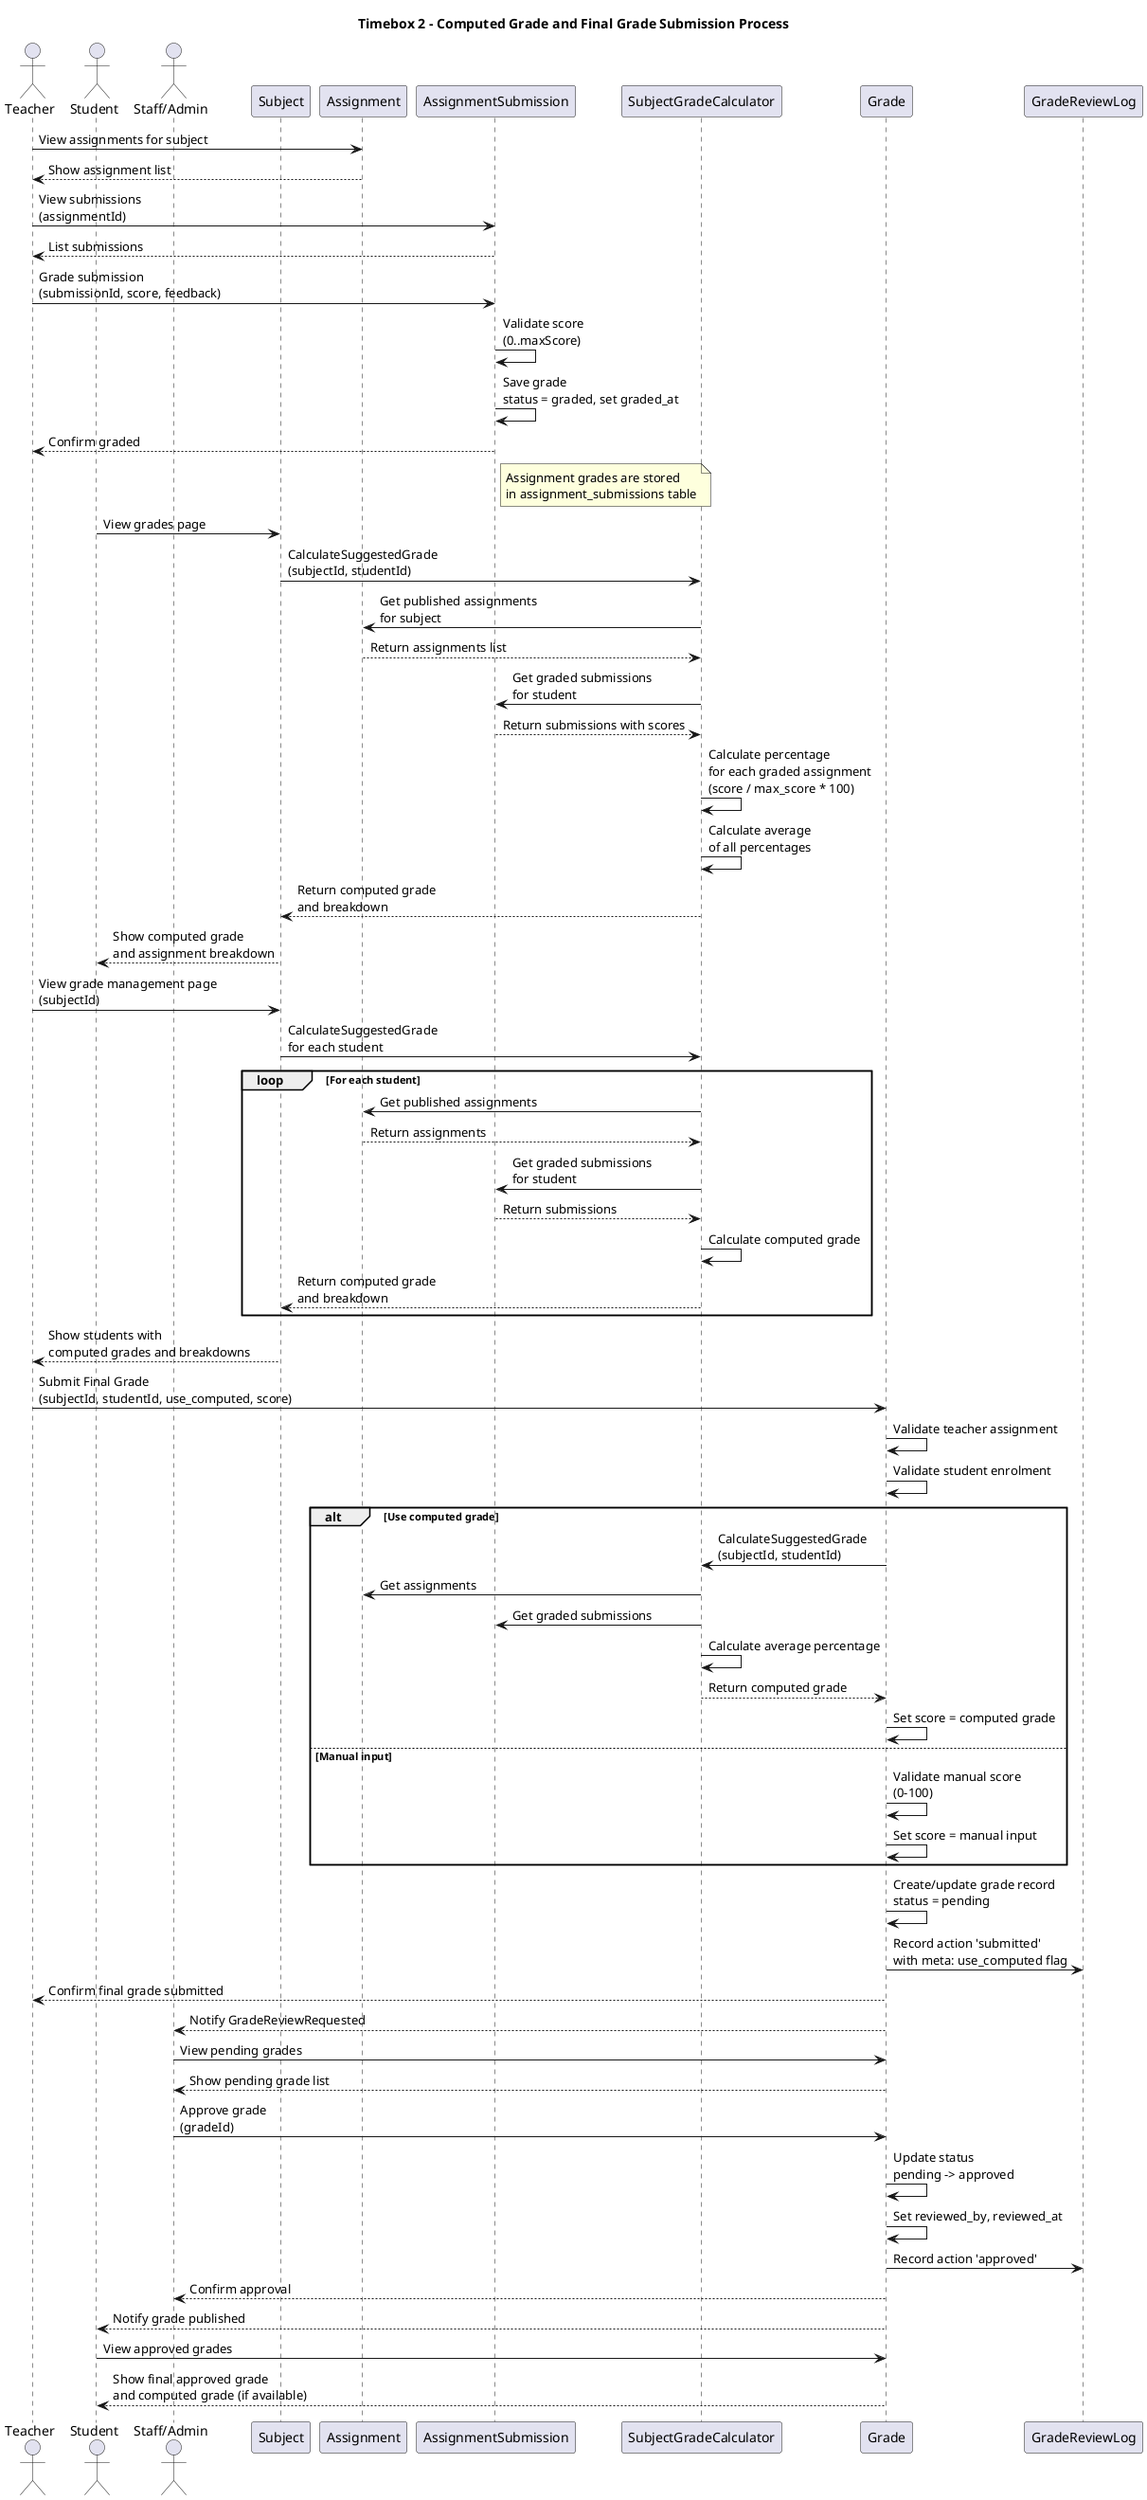
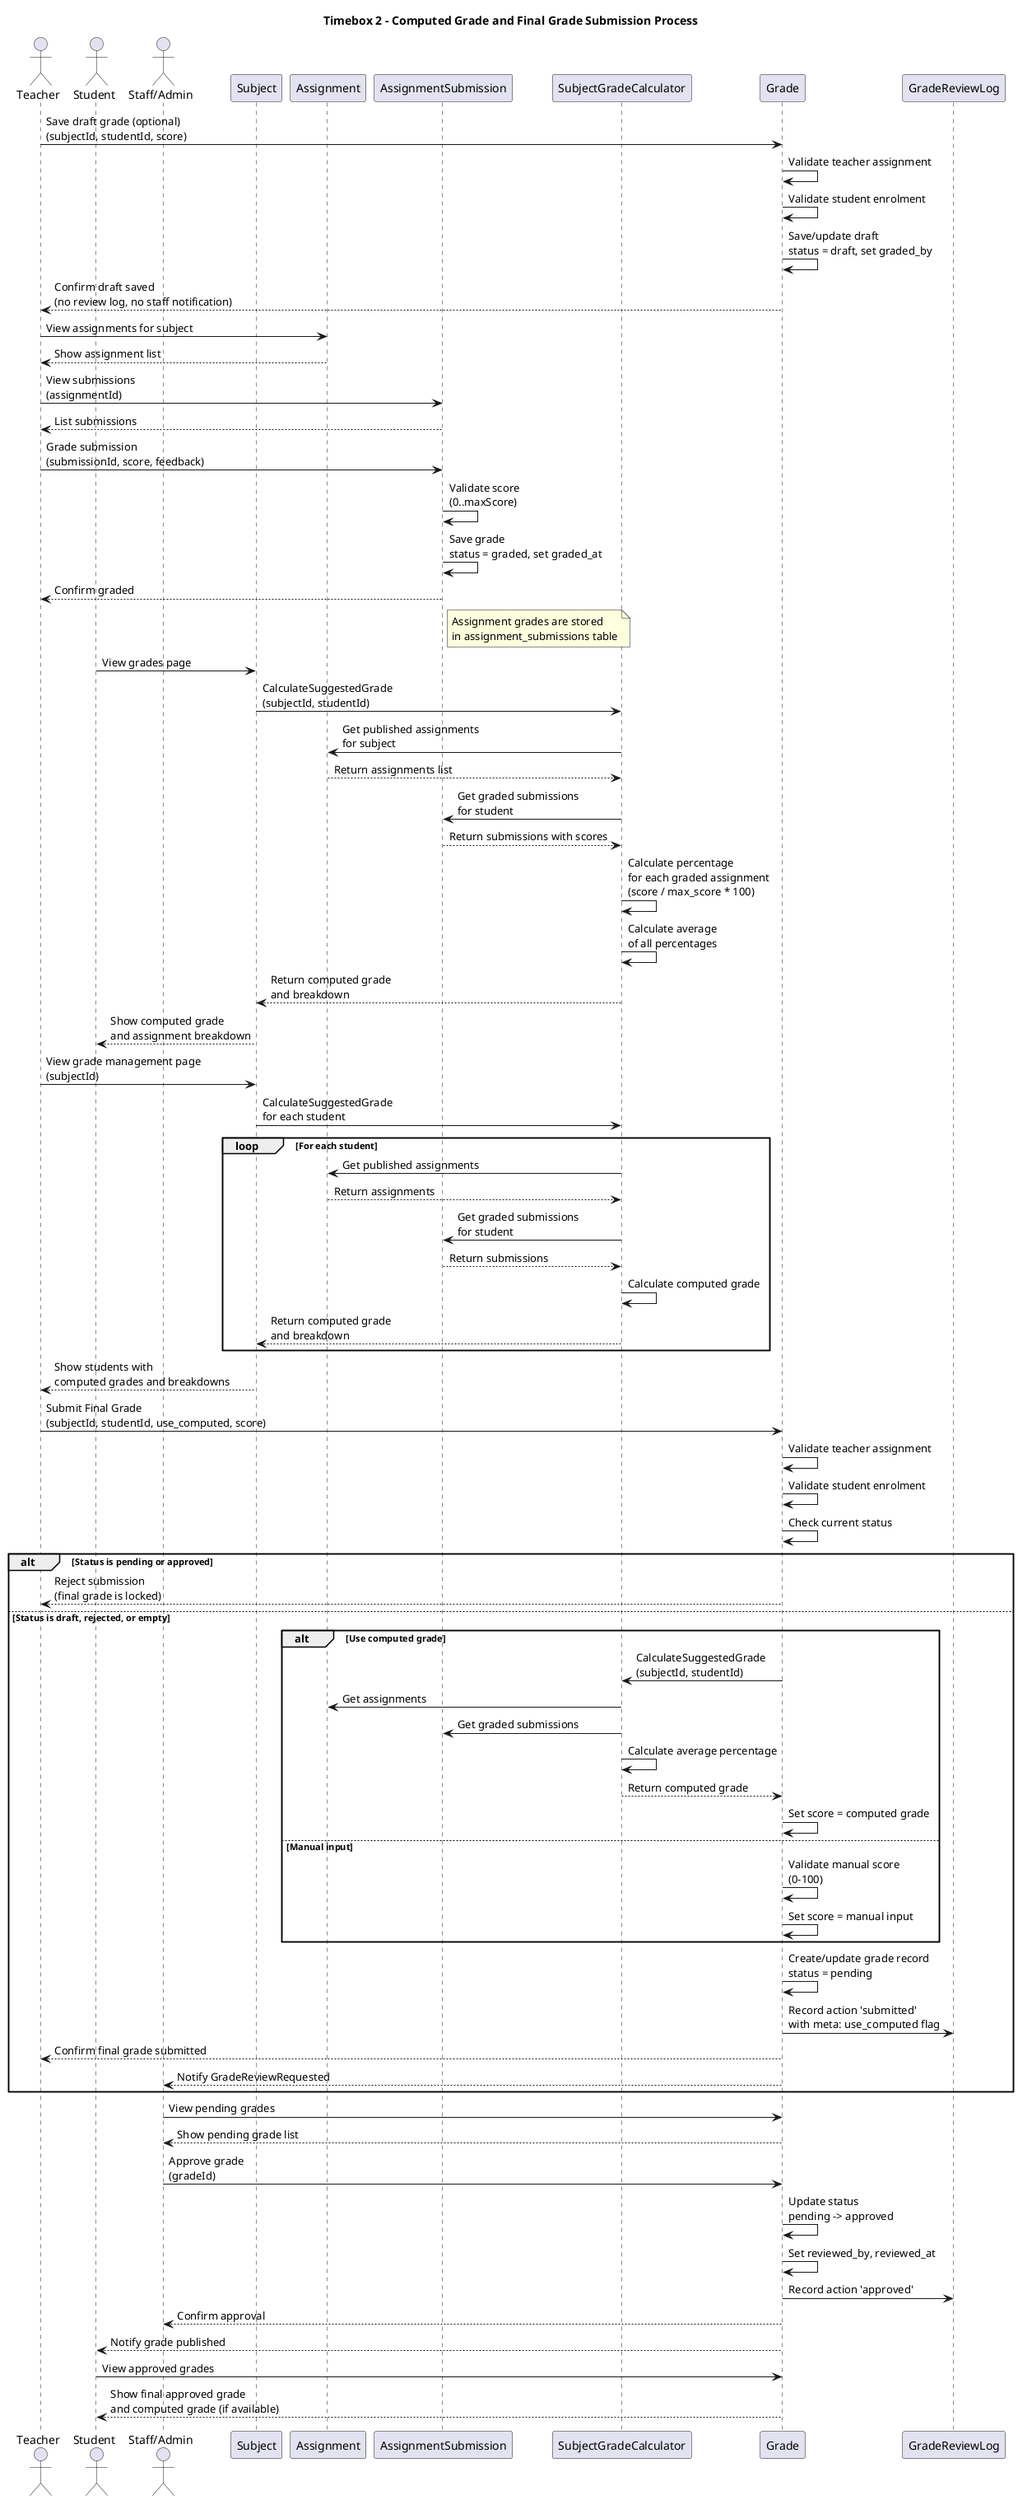
@startuml Timebox2_ComputedGradeSequence
title Timebox 2 - Computed Grade and Final Grade Submission Process

actor Teacher
actor Student
actor Staff as "Staff/Admin"

participant "Subject" as Subject
participant "Assignment" as Assignment
participant "AssignmentSubmission" as Submission
participant "SubjectGradeCalculator" as Calculator
participant "Grade" as Grade
participant "GradeReviewLog" as GradeLog
+ 
+ ' --- Optional draft save before final submission ---
+ 
+ Teacher -> Grade: Save draft grade (optional)\n(subjectId, studentId, score)
+ Grade -> Grade: Validate teacher assignment
+ Grade -> Grade: Validate student enrolment
+ Grade -> Grade: Save/update draft\nstatus = draft, set graded_by
+ Grade --> Teacher: Confirm draft saved\n(no review log, no staff notification)

' --- Teacher grades assignments ---

Teacher -> Assignment: View assignments for subject
Assignment --> Teacher: Show assignment list

Teacher -> Submission: View submissions\n(assignmentId)
Submission --> Teacher: List submissions

Teacher -> Submission: Grade submission\n(submissionId, score, feedback)
Submission -> Submission: Validate score\n(0..maxScore)
Submission -> Submission: Save grade\nstatus = graded, set graded_at
Submission --> Teacher: Confirm graded

note right of Submission
  Assignment grades are stored
  in assignment_submissions table
end note

' --- Student views computed grade ---

Student -> Subject: View grades page
Subject -> Calculator: CalculateSuggestedGrade\n(subjectId, studentId)
Calculator -> Assignment: Get published assignments\nfor subject
Assignment --> Calculator: Return assignments list

Calculator -> Submission: Get graded submissions\nfor student
Submission --> Calculator: Return submissions with scores

Calculator -> Calculator: Calculate percentage\nfor each graded assignment\n(score / max_score * 100)
Calculator -> Calculator: Calculate average\nof all percentages
Calculator --> Subject: Return computed grade\nand breakdown

Subject --> Student: Show computed grade\nand assignment breakdown

' --- Teacher views computed grades ---

Teacher -> Subject: View grade management page\n(subjectId)
Subject -> Calculator: CalculateSuggestedGrade\nfor each student

loop For each student
  Calculator -> Assignment: Get published assignments
  Assignment --> Calculator: Return assignments

  Calculator -> Submission: Get graded submissions\nfor student
  Submission --> Calculator: Return submissions

  Calculator -> Calculator: Calculate computed grade
  Calculator --> Subject: Return computed grade\nand breakdown
end

Subject --> Teacher: Show students with\ncomputed grades and breakdowns

' --- Teacher submits final grade ---

Teacher -> Grade: Submit Final Grade\n(subjectId, studentId, use_computed, score)
Grade -> Grade: Validate teacher assignment
Grade -> Grade: Validate student enrolment
+ Grade -> Grade: Check current status

- alt Use computed grade
-   Grade -> Calculator: CalculateSuggestedGrade\n(subjectId, studentId)
-   Calculator -> Assignment: Get assignments
-   Calculator -> Submission: Get graded submissions
-   Calculator -> Calculator: Calculate average percentage
-   Calculator --> Grade: Return computed grade
-   Grade -> Grade: Set score = computed grade
- else Manual input
-   Grade -> Grade: Validate manual score\n(0-100)
-   Grade -> Grade: Set score = manual input
+ alt Status is pending or approved
+   Grade --> Teacher: Reject submission\n(final grade is locked)
+ else Status is draft, rejected, or empty
+   alt Use computed grade
+     Grade -> Calculator: CalculateSuggestedGrade\n(subjectId, studentId)
+     Calculator -> Assignment: Get assignments
+     Calculator -> Submission: Get graded submissions
+     Calculator -> Calculator: Calculate average percentage
+     Calculator --> Grade: Return computed grade
+     Grade -> Grade: Set score = computed grade
+   else Manual input
+     Grade -> Grade: Validate manual score\n(0-100)
+     Grade -> Grade: Set score = manual input
+   end
+ 
+   Grade -> Grade: Create/update grade record\nstatus = pending
+   Grade -> GradeLog: Record action 'submitted'\nwith meta: use_computed flag
+   Grade --> Teacher: Confirm final grade submitted
+ 
+   Grade --> Staff: Notify GradeReviewRequested
end
- 
- Grade -> Grade: Create/update grade record\nstatus = pending
- Grade -> GradeLog: Record action 'submitted'\nwith meta: use_computed flag
- Grade --> Teacher: Confirm final grade submitted
- 
- Grade --> Staff: Notify GradeReviewRequested

' --- Staff approves final grade ---

Staff -> Grade: View pending grades
Grade --> Staff: Show pending grade list

Staff -> Grade: Approve grade\n(gradeId)
Grade -> Grade: Update status\npending -> approved
Grade -> Grade: Set reviewed_by, reviewed_at
Grade -> GradeLog: Record action 'approved'
Grade --> Staff: Confirm approval

Grade --> Student: Notify grade published

Student -> Grade: View approved grades
Grade --> Student: Show final approved grade\nand computed grade (if available)

@enduml
